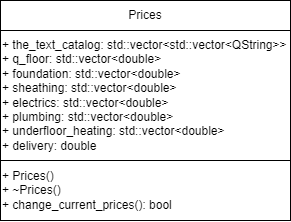
This is creative work/creative_work/uml - house and price.drawio.png from SonyAkb/Laboratory-works-for-the-2-semester, a draw.io export, as it was before one commit. Source tidied: cells renumbered, new cells last; positions are measured from the earlier drawing's top-left corner, leaving out a move shared by most shapes.
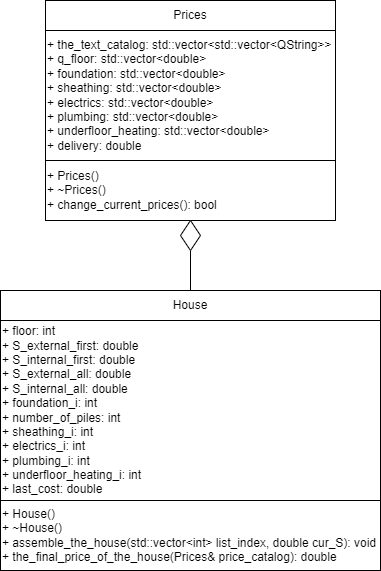
Later version of the same file.

What changed in the source:
```diff
@@ -11,5 +11,20 @@
     <mxCell id="4" value="&lt;div style=&quot;margin-top: 0px; margin-bottom: 0px;&quot;&gt;+ Prices()&lt;/div&gt;&lt;div style=&quot;margin-top: 0px; margin-bottom: 0px;&quot;&gt;+ ~Prices()&lt;/div&gt;&lt;div style=&quot;margin-top: 0px; margin-bottom: 0px;&quot;&gt;+ change_current_prices():&amp;nbsp;&lt;span style=&quot;background-color: initial;&quot;&gt;bool&lt;/span&gt;&lt;span style=&quot;background-color: initial;&quot;&gt;&amp;nbsp;&lt;/span&gt;&lt;/div&gt;" style="rounded=0;whiteSpace=wrap;html=1;fontColor=default;fontFamily=Helvetica;align=left;" parent="1" vertex="1">
       <mxGeometry y="160" width="290" height="60" as="geometry" />
     </mxCell>
+    <mxCell id="5" value="&lt;div style=&quot;margin-top: 0px; margin-bottom: 0px;&quot;&gt;+ floor:&amp;nbsp;&lt;span style=&quot;background-color: initial;&quot;&gt;int&lt;/span&gt;&lt;span style=&quot;background-color: initial;&quot;&gt;&amp;nbsp;&lt;/span&gt;&lt;/div&gt;&lt;div style=&quot;margin-top: 0px; margin-bottom: 0px;&quot;&gt;+ S_external_first:&amp;nbsp;&lt;span style=&quot;background-color: initial;&quot;&gt;double&lt;/span&gt;&lt;span style=&quot;background-color: initial;&quot;&gt;&amp;nbsp;&lt;/span&gt;&lt;/div&gt;&lt;div style=&quot;margin-top: 0px; margin-bottom: 0px;&quot;&gt;+ S_internal_first:&amp;nbsp;&lt;span style=&quot;background-color: initial;&quot;&gt;double&lt;/span&gt;&lt;span style=&quot;background-color: initial;&quot;&gt;&amp;nbsp;&lt;/span&gt;&lt;/div&gt;&lt;div style=&quot;margin-top: 0px; margin-bottom: 0px;&quot;&gt;+ S_external_all:&amp;nbsp;&lt;span style=&quot;background-color: initial;&quot;&gt;double&lt;/span&gt;&lt;span style=&quot;background-color: initial;&quot;&gt;&amp;nbsp;&lt;/span&gt;&lt;/div&gt;&lt;div style=&quot;margin-top: 0px; margin-bottom: 0px;&quot;&gt;+ S_internal_all:&amp;nbsp;&lt;span style=&quot;background-color: initial;&quot;&gt;double&lt;/span&gt;&lt;span style=&quot;background-color: initial;&quot;&gt;&amp;nbsp;&lt;/span&gt;&lt;/div&gt;&lt;div style=&quot;margin-top: 0px; margin-bottom: 0px;&quot;&gt;+ foundation_i:&amp;nbsp;&lt;span style=&quot;background-color: initial;&quot;&gt;int&lt;/span&gt;&lt;span style=&quot;background-color: initial;&quot;&gt;&amp;nbsp;&lt;/span&gt;&lt;/div&gt;&lt;div style=&quot;margin-top: 0px; margin-bottom: 0px;&quot;&gt;+ number_of_piles:&amp;nbsp;&lt;span style=&quot;background-color: initial;&quot;&gt;int&lt;/span&gt;&lt;span style=&quot;background-color: initial;&quot;&gt;&amp;nbsp;&lt;/span&gt;&lt;/div&gt;&lt;div style=&quot;margin-top: 0px; margin-bottom: 0px;&quot;&gt;+ sheathing_i:&amp;nbsp;&lt;span style=&quot;background-color: initial;&quot;&gt;int&lt;/span&gt;&lt;span style=&quot;background-color: initial;&quot;&gt;&amp;nbsp;&lt;/span&gt;&lt;/div&gt;&lt;div style=&quot;margin-top: 0px; margin-bottom: 0px;&quot;&gt;+ electrics_i:&amp;nbsp;&lt;span style=&quot;background-color: initial;&quot;&gt;int&lt;/span&gt;&lt;span style=&quot;background-color: initial;&quot;&gt;&amp;nbsp;&lt;/span&gt;&lt;/div&gt;&lt;div style=&quot;margin-top: 0px; margin-bottom: 0px;&quot;&gt;+ plumbing_i:&amp;nbsp;&lt;span style=&quot;background-color: initial;&quot;&gt;int&lt;/span&gt;&lt;span style=&quot;background-color: initial;&quot;&gt;&amp;nbsp;&lt;/span&gt;&lt;/div&gt;&lt;div style=&quot;margin-top: 0px; margin-bottom: 0px;&quot;&gt;+ underfloor_heating_i:&amp;nbsp;&lt;span style=&quot;background-color: initial;&quot;&gt;int&lt;/span&gt;&lt;span style=&quot;background-color: initial;&quot;&gt;&amp;nbsp;&lt;/span&gt;&lt;/div&gt;&lt;div style=&quot;margin-top: 0px; margin-bottom: 0px;&quot;&gt;+ last_cost:&amp;nbsp;&lt;span style=&quot;background-color: initial;&quot;&gt;double&lt;/span&gt;&lt;span style=&quot;background-color: initial;&quot;&gt;&amp;nbsp;&lt;/span&gt;&lt;/div&gt;" style="rounded=0;whiteSpace=wrap;html=1;fontColor=default;fontFamily=Helvetica;fontStyle=0;align=left;" parent="1" vertex="1">
+      <mxGeometry x="-45" y="320" width="380" height="180" as="geometry" />
+    </mxCell>
+    <mxCell id="6" value="&lt;div style=&quot;margin-top: 0px; margin-bottom: 0px;&quot;&gt;+ House()&lt;/div&gt;&lt;div style=&quot;margin-top: 0px; margin-bottom: 0px;&quot;&gt;+ ~House()&lt;/div&gt;&lt;div style=&quot;margin-top: 0px; margin-bottom: 0px;&quot;&gt;+ assemble_the_house(&lt;span style=&quot;&quot;&gt;std&lt;/span&gt;::&lt;span style=&quot;&quot;&gt;vector&lt;/span&gt;&amp;lt;&lt;span style=&quot;&quot;&gt;int&lt;/span&gt;&amp;gt;&lt;span style=&quot;&quot;&gt; &lt;/span&gt;&lt;span style=&quot;&quot;&gt;list_index&lt;/span&gt;,&lt;span style=&quot;&quot;&gt; &lt;/span&gt;&lt;span style=&quot;&quot;&gt;double&lt;/span&gt;&lt;span style=&quot;&quot;&gt; &lt;/span&gt;&lt;span style=&quot;&quot;&gt;cur_S&lt;/span&gt;):&amp;nbsp;&lt;span style=&quot;background-color: initial;&quot;&gt;void&lt;/span&gt;&lt;span style=&quot;background-color: initial;&quot;&gt;&amp;nbsp;&lt;/span&gt;&lt;/div&gt;&lt;div style=&quot;margin-top: 0px; margin-bottom: 0px;&quot;&gt;+ the_final_price_of_the_house(&lt;span style=&quot;&quot;&gt;Prices&lt;/span&gt;&amp;amp;&lt;span style=&quot;&quot;&gt; &lt;/span&gt;&lt;span style=&quot;&quot;&gt;price_catalog&lt;/span&gt;):&amp;nbsp;&lt;span style=&quot;background-color: initial;&quot;&gt;double&lt;/span&gt;&lt;span style=&quot;background-color: initial;&quot;&gt;&amp;nbsp;&lt;/span&gt;&lt;/div&gt;" style="rounded=0;whiteSpace=wrap;html=1;fontColor=default;fontFamily=Helvetica;fontStyle=0;align=left;" parent="1" vertex="1">
+      <mxGeometry x="-45" y="500" width="380" height="70" as="geometry" />
+    </mxCell>
+    <mxCell id="7" value="House" style="rounded=0;whiteSpace=wrap;html=1;fontColor=default;fontFamily=Helvetica;fontStyle=0;align=center;" parent="1" vertex="1">
+      <mxGeometry x="-45" y="290" width="380" height="30" as="geometry" />
+    </mxCell>
+    <mxCell id="8" style="endArrow=none;html=1;rounded=0;exitX=0.5;exitY=0;exitDx=0;exitDy=0;entryX=0.5;entryY=1;entryDx=0;entryDy=0;" parent="1" edge="1" source="7" target="9">
+      <mxGeometry relative="1" as="geometry" />
+    </mxCell>
+    <mxCell id="9" style="rhombus;whiteSpace=wrap;html=1;" parent="1" vertex="1">
+      <mxGeometry x="135" y="220" width="20" height="30" as="geometry" />
+    </mxCell>
   </root>
 </mxGraphModel>
```
